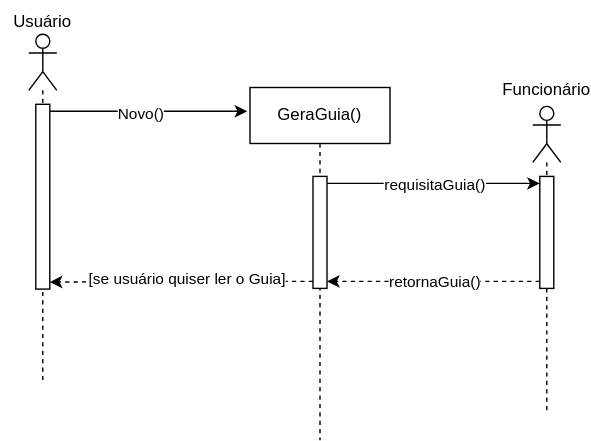
The draw.io diagram CScaso13.drawio.svg in JesCat16/Projeto01_Modelagem_De_Software, before a commit. Source tidied: cells renumbered, new cells last; positions are measured from the earlier drawing's top-left corner, leaving out a move shared by most shapes.
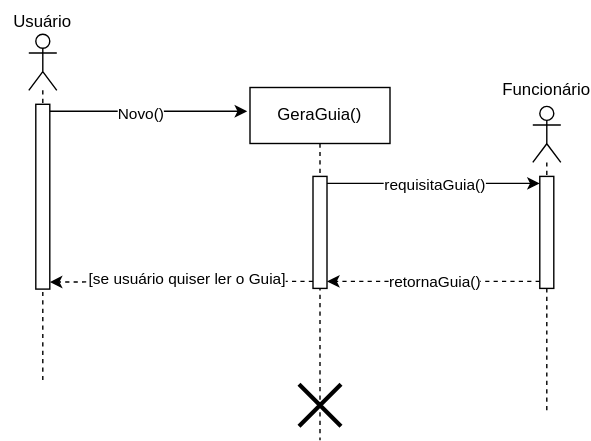
Above is the later version.

Diff of the diagram source:
```diff
@@ -22,6 +22,9 @@
     <mxCell id="7" style="html=1;points=[[0,0,0,0,5],[0,1,0,0,-5],[1,0,0,0,5],[1,1,0,0,-5]];perimeter=orthogonalPerimeter;outlineConnect=0;targetShapes=umlLifeline;portConstraint=eastwest;newEdgeStyle={&quot;curved&quot;:0,&quot;rounded&quot;:0};" parent="6" vertex="1">
       <mxGeometry x="45" y="63.5" width="10" height="80" as="geometry" />
     </mxCell>
+    <mxCell id="18" style="shape=umlDestroy;whiteSpace=wrap;html=1;strokeWidth=3;targetShapes=umlLifeline;" parent="6" vertex="1">
+      <mxGeometry x="35" y="212" width="30" height="30" as="geometry" />
+    </mxCell>
     <mxCell id="8" value="Usuário" style="text;html=1;align=center;verticalAlign=middle;whiteSpace=wrap;rounded=0;" parent="1" vertex="1">
       <mxGeometry width="60" height="30" as="geometry" />
     </mxCell>
```
